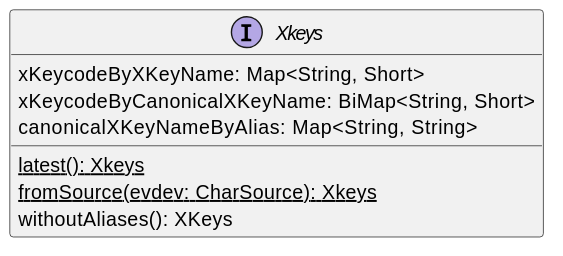
oliviercailloux/Keyboardd keeps this PlantUML diagram as XKeys.svg. Above is the earlier version.
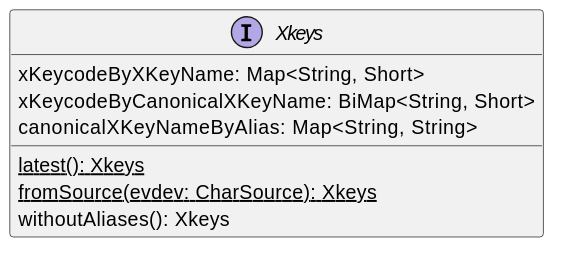
The same file after the commit.

Diff of the diagram source:
```diff
@@ -5,6 +5,6 @@
   xKeycodeByXKeyName: Map<String, Short>
   xKeycodeByCanonicalXKeyName: BiMap<String, Short>
   canonicalXKeyNameByAlias: Map<String, String>
-  withoutAliases(): XKeys
+  withoutAliases(): Xkeys
 }
 @enduml
```
